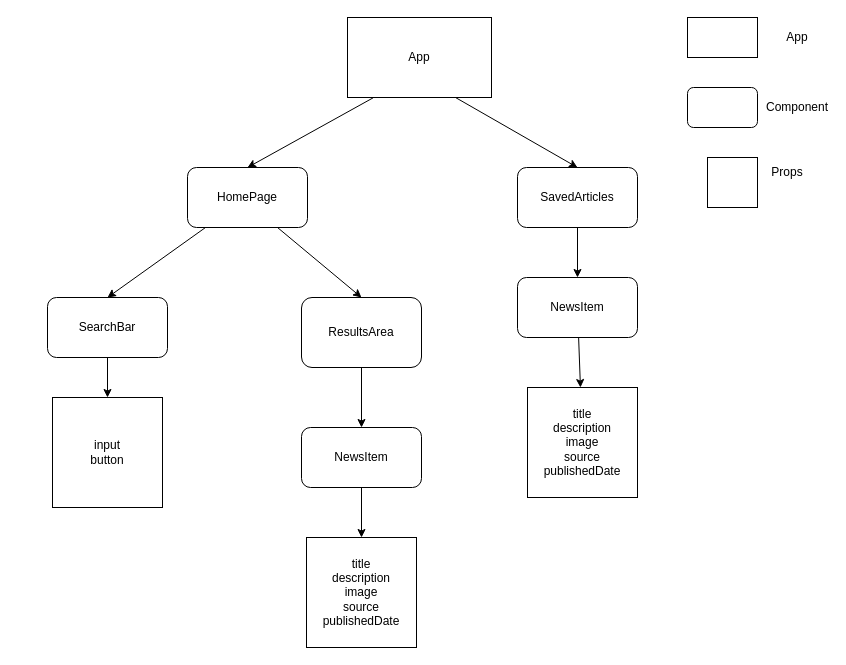
Earlier version of the draw.io diagram component-tree.drawio (mz0121coder/news-app). Source tidied: cells renumbered, new cells numbered last; positions are measured from the earlier drawing's top-left corner, leaving out a move shared by most shapes. Both pictures are drawn from the tidied source at 100%, with x=0, y=0 at pixel (47, 17).
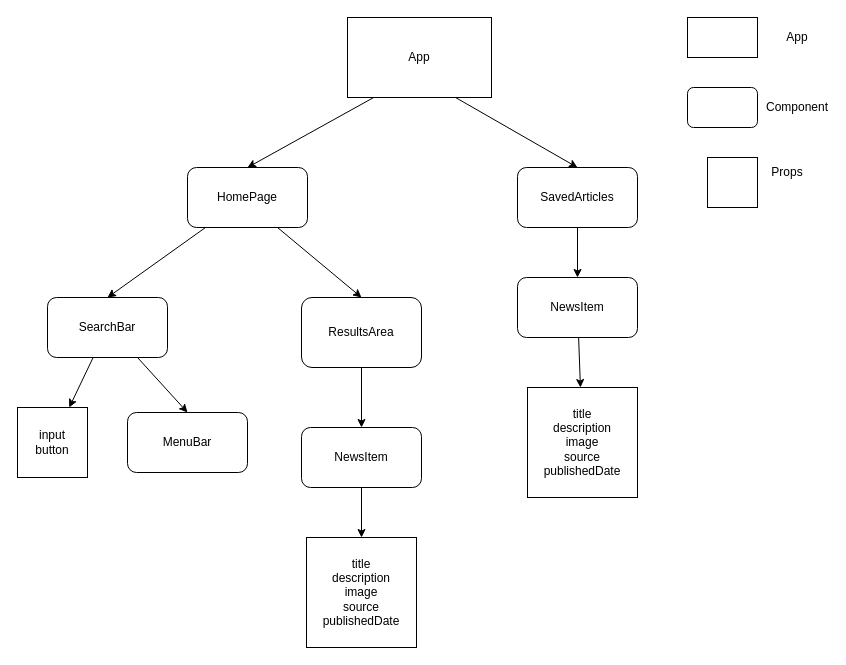
Above is the later version.

Unchanged cells that the change refers to:
```xml
<mxCell id="11" value="SearchBar" style="rounded=1;whiteSpace=wrap;html=1;" parent="1" vertex="1">
  <mxGeometry y="280" width="120" height="60" as="geometry" />
</mxCell>
```

Change to the diagram source:
```diff
@@
+    <mxCell id="27" style="edgeStyle=none;html=1;exitX=0.75;exitY=1;exitDx=0;exitDy=0;entryX=0.5;entryY=0;entryDx=0;entryDy=0;" parent="1" edge="1" source="11" target="28">
+      <mxGeometry relative="1" as="geometry" />
+    </mxCell>
@@
     <mxCell id="23" value="input&lt;br&gt;button" style="whiteSpace=wrap;html=1;" parent="1" vertex="1">
-      <mxGeometry x="5" y="380" width="110" height="110" as="geometry" />
+      <mxGeometry x="-30" y="390" width="70" height="70" as="geometry" />
     </mxCell>
@@
+    <mxCell id="28" value="MenuBar" style="rounded=1;whiteSpace=wrap;html=1;" parent="1" vertex="1">
+      <mxGeometry x="80" y="395" width="120" height="60" as="geometry" />
+    </mxCell>
```
